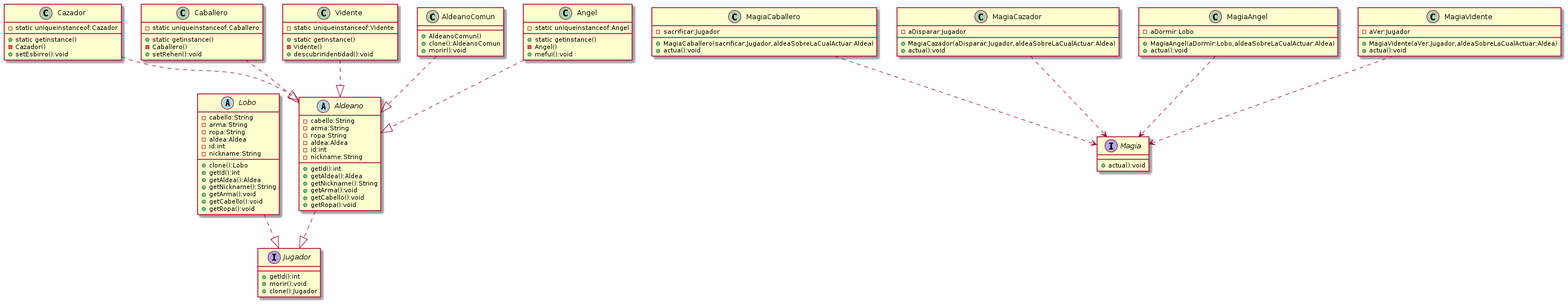
Above: diagrama1.png in Rogarpa/Proyecto-2-Modelado-y-Programacion (PlantUML), before the change.
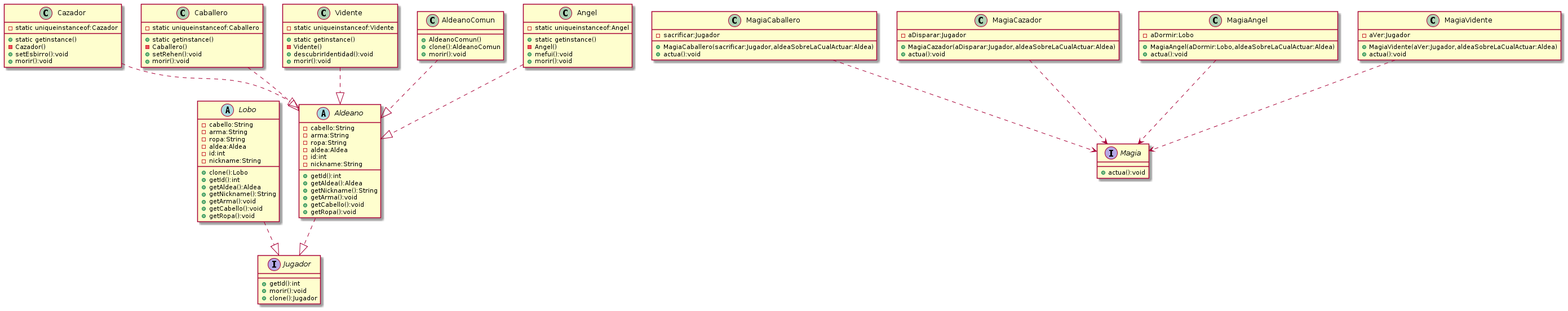
The same diagram one commit later.

Diff of the diagram source:
```diff
@@ -50,6 +50,7 @@
 +static getinstance()
 -Cazador()
 +setEsbirro():void
++morir():void
 }
 
 class Vidente{
@@ -57,6 +58,7 @@
 +static getinstance()
 -Vidente()
 +descubrirIdentidad():void
++morir():void
 }
 
 class Caballero{
@@ -64,6 +66,7 @@
 +static getinstance()
 -Caballero()
 +setRehen():void
++morir():void
 }
 
 class Angel{
@@ -71,6 +74,7 @@
 +static getinstance()
 -Angel()
 +mefui():void
++morir():void
 }
 
 class AldeanoComun{
```
